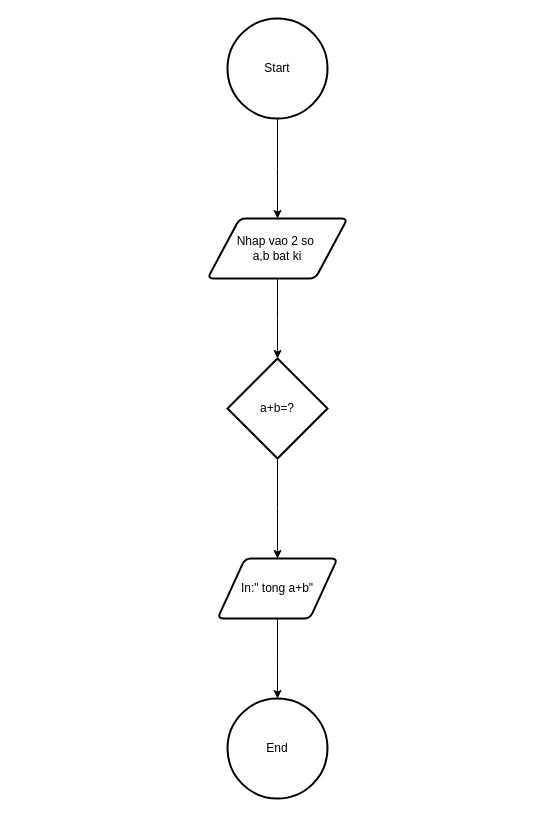
The draw.io diagram Baif 2.drawio in Huy-Tuan/Huy-Tuan, before the edit. Source tidied: cells renumbered, new cells numbered last; positions are measured from the earlier drawing's top-left corner, leaving out a move shared by most shapes. Both pictures are drawn from the tidied source at 100%, with x=0, y=0 at pixel (207, 18).
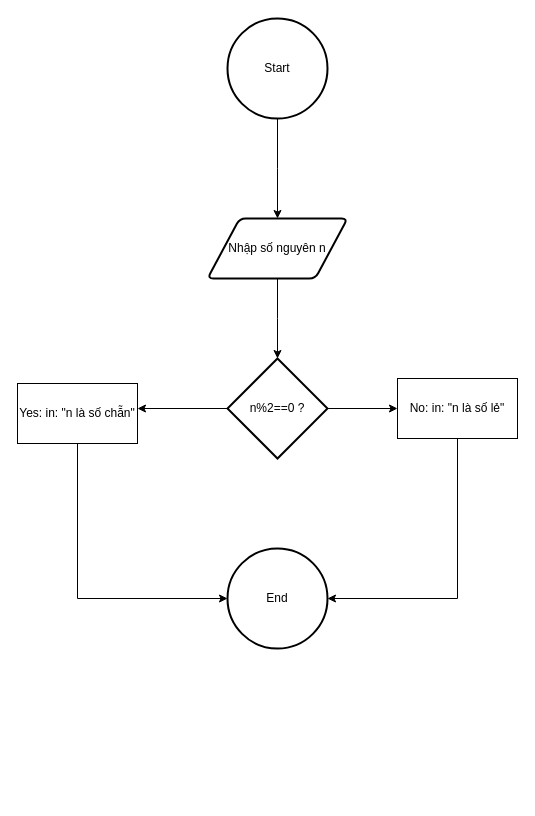
Above is the later version.

Commit message:
Cập nhật Baif 2.drawio

Diff of the diagram source:
```diff
@@
 <mxGraphModel>
   <root>
     <mxCell id="0" />
     <mxCell id="1" parent="0" />
     <mxCell id="2" style="edgeStyle=orthogonalEdgeStyle;rounded=0;jettySize=auto;html=1;" parent="1" edge="1" source="3">
       <mxGeometry relative="1" as="geometry">
         <mxPoint x="70" y="200" as="targetPoint" />
       </mxGeometry>
     </mxCell>
     <mxCell id="3" value="Start" style="strokeWidth=2;html=1;shape=mxgraph.flowchart.start_2;whiteSpace=wrap;" parent="1" vertex="1">
       <mxGeometry x="20" width="100" height="100" as="geometry" />
     </mxCell>
     <mxCell id="4" style="edgeStyle=orthogonalEdgeStyle;rounded=0;jettySize=auto;html=1;" parent="1" edge="1" source="5">
       <mxGeometry relative="1" as="geometry">
         <mxPoint x="70" y="340" as="targetPoint" />
       </mxGeometry>
     </mxCell>
-    <mxCell id="5" value="Nhap vao 2 so&amp;nbsp;&lt;div&gt;a,b bat ki&lt;/div&gt;" style="shape=parallelogram;html=1;strokeWidth=2;perimeter=parallelogramPerimeter;whiteSpace=wrap;rounded=1;arcSize=12;size=0.23;" parent="1" vertex="1">
+    <mxCell id="5" value="Nhập số nguyên n" style="shape=parallelogram;html=1;strokeWidth=2;perimeter=parallelogramPerimeter;whiteSpace=wrap;rounded=1;arcSize=12;size=0.23;" parent="1" vertex="1">
       <mxGeometry y="200" width="140" height="60" as="geometry" />
     </mxCell>
-    <mxCell id="6" style="edgeStyle=orthogonalEdgeStyle;rounded=0;jettySize=auto;html=1;" parent="1" edge="1" source="7">
-      <mxGeometry relative="1" as="geometry">
-        <mxPoint x="70" y="540" as="targetPoint" />
-      </mxGeometry>
-    </mxCell>
+    <mxCell id="11" style="edgeStyle=orthogonalEdgeStyle;rounded=0;jettySize=auto;html=1;" parent="1" edge="1" source="7">
+      <mxGeometry relative="1" as="geometry">
+        <mxPoint x="-70" y="390" as="targetPoint" />
+      </mxGeometry>
+    </mxCell>
+    <mxCell id="12" style="edgeStyle=orthogonalEdgeStyle;rounded=0;jettySize=auto;html=1;" parent="1" edge="1" source="7" target="16">
+      <mxGeometry relative="1" as="geometry" />
+    </mxCell>
-    <mxCell id="7" value="a+b=?" style="strokeWidth=2;html=1;shape=mxgraph.flowchart.decision;whiteSpace=wrap;" parent="1" vertex="1">
+    <mxCell id="7" value="n%2==0 ?" style="strokeWidth=2;html=1;shape=mxgraph.flowchart.decision;whiteSpace=wrap;" parent="1" vertex="1">
       <mxGeometry x="20" y="340" width="100" height="100" as="geometry" />
     </mxCell>
-    <mxCell id="8" style="edgeStyle=orthogonalEdgeStyle;rounded=0;jettySize=auto;html=1;" parent="1" edge="1" source="9">
-      <mxGeometry relative="1" as="geometry">
-        <mxPoint x="70" y="680" as="targetPoint" />
-      </mxGeometry>
-    </mxCell>
-    <mxCell id="9" value="In:&quot; tong a+b&quot;" style="shape=parallelogram;html=1;strokeWidth=2;perimeter=parallelogramPerimeter;whiteSpace=wrap;rounded=1;arcSize=12;size=0.23;" parent="1" vertex="1">
-      <mxGeometry x="10" y="540" width="120" height="60" as="geometry" />
-    </mxCell>
     <mxCell id="10" value="End" style="strokeWidth=2;html=1;shape=mxgraph.flowchart.start_2;whiteSpace=wrap;" parent="1" vertex="1">
-      <mxGeometry x="20" y="680" width="100" height="100" as="geometry" />
+      <mxGeometry x="20" y="530" width="100" height="100" as="geometry" />
     </mxCell>
+    <mxCell id="13" style="edgeStyle=orthogonalEdgeStyle;rounded=0;jettySize=auto;html=1;exitX=0.5;exitY=0;exitDx=0;exitDy=0;" parent="1" edge="1" source="14" target="10">
+      <mxGeometry relative="1" as="geometry">
+        <Array as="points">
+          <mxPoint x="-130" y="580" />
+        </Array>
+      </mxGeometry>
+    </mxCell>
+    <mxCell id="14" value="Yes: in: &quot;n là số chẵn&quot;" style="rounded=0;whiteSpace=wrap;html=1;" parent="1" vertex="1">
+      <mxGeometry x="-190" y="365" width="120" height="60" as="geometry" />
+    </mxCell>
+    <mxCell id="15" style="edgeStyle=orthogonalEdgeStyle;rounded=0;jettySize=auto;html=1;exitX=0.5;exitY=1;exitDx=0;exitDy=0;exitPerimeter=0;entryX=1;entryY=0.5;entryDx=0;entryDy=0;entryPerimeter=0;" parent="1" edge="1" source="16" target="10">
+      <mxGeometry relative="1" as="geometry">
+        <Array as="points">
+          <mxPoint x="250" y="580" />
+        </Array>
+      </mxGeometry>
+    </mxCell>
+    <mxCell id="16" value="No: in: &quot;n là số lẻ&quot;" style="rounded=0;whiteSpace=wrap;html=1;" parent="1" vertex="1">
+      <mxGeometry x="190" y="360" width="120" height="60" as="geometry" />
+    </mxCell>
   </root>
 </mxGraphModel>
```
